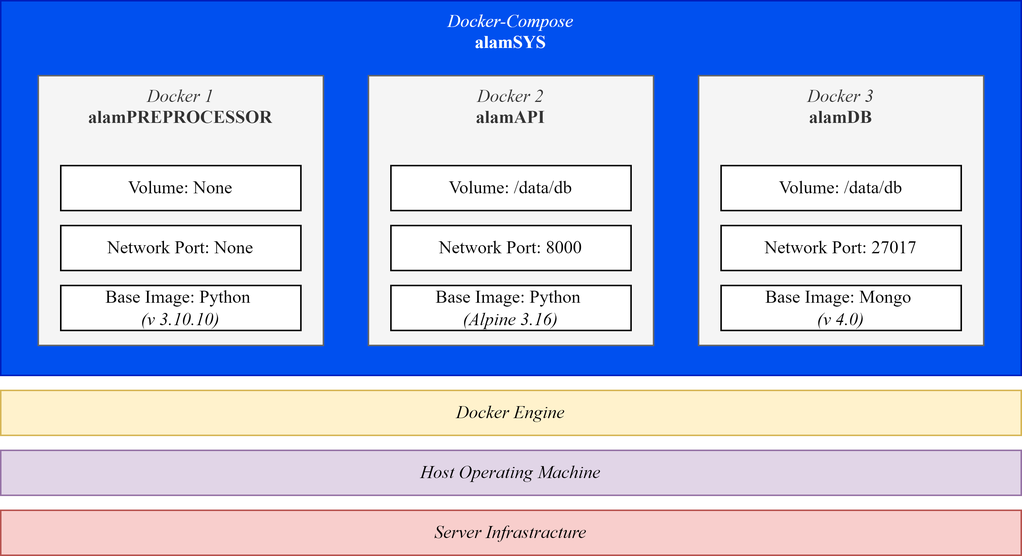
Before: SP_Paper/Final/assets/Chapter_3/Docker-Compose Layout.png, a diagram exported from draw.io (GravitonXD/OLARTE_SP). Source tidied: cells renumbered, new cells last; positions are measured from the earlier drawing's top-left corner, leaving out a move shared by most shapes.
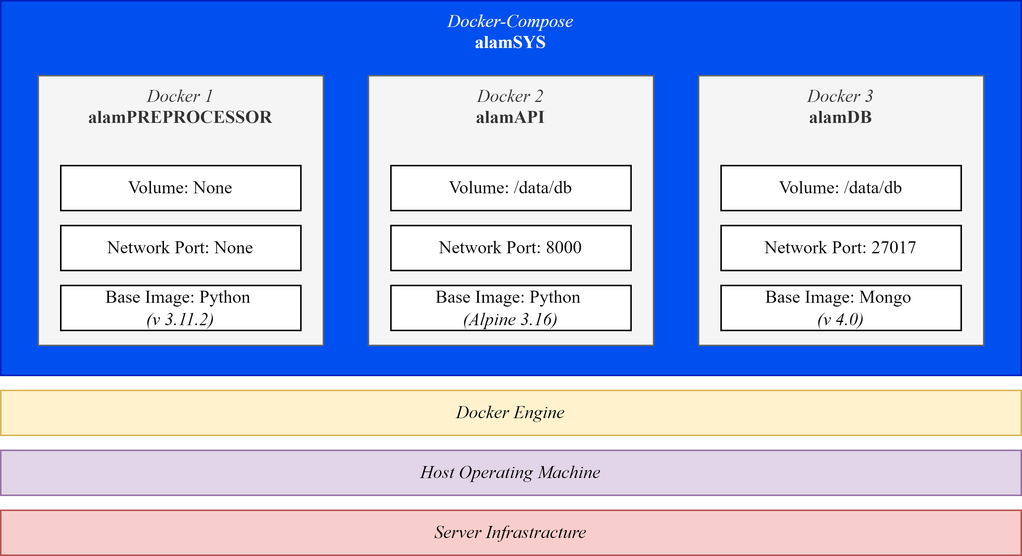
After the change.

Commit message:
Updated Docker-Compose Section

What changed in the source:
```diff
@@ -47,7 +47,7 @@
     <mxCell id="16" value="Network Port: None" style="rounded=0;whiteSpace=wrap;html=1;fontFamily=CMU;fontSource=https%3A%2F%2Ffontlibrary.org%2F%2Fface%2Fcmu-serif;verticalAlign=middle;" parent="13" vertex="1">
       <mxGeometry x="15" y="100" width="160" height="30" as="geometry" />
     </mxCell>
-    <mxCell id="17" value="Base Image: Python &lt;br&gt;&lt;i&gt;(v 3.10.10)&lt;/i&gt;" style="rounded=0;whiteSpace=wrap;html=1;fontFamily=CMU;fontSource=https%3A%2F%2Ffontlibrary.org%2F%2Fface%2Fcmu-serif;verticalAlign=middle;" parent="13" vertex="1">
+    <mxCell id="17" value="Base Image: Python &lt;br&gt;&lt;i&gt;(v 3.11.2)&lt;/i&gt;" style="rounded=0;whiteSpace=wrap;html=1;fontFamily=CMU;fontSource=https%3A%2F%2Ffontlibrary.org%2F%2Fface%2Fcmu-serif;verticalAlign=middle;" parent="13" vertex="1">
       <mxGeometry x="15" y="140" width="160" height="30" as="geometry" />
     </mxCell>
     <mxCell id="18" value="&lt;font face=&quot;CMU&quot;&gt;&lt;i&gt;Docker Engine&lt;/i&gt;&lt;/font&gt;" style="rounded=0;whiteSpace=wrap;html=1;fillColor=#fff2cc;strokeColor=#d6b656;verticalAlign=middle;" parent="1" vertex="1">
```
